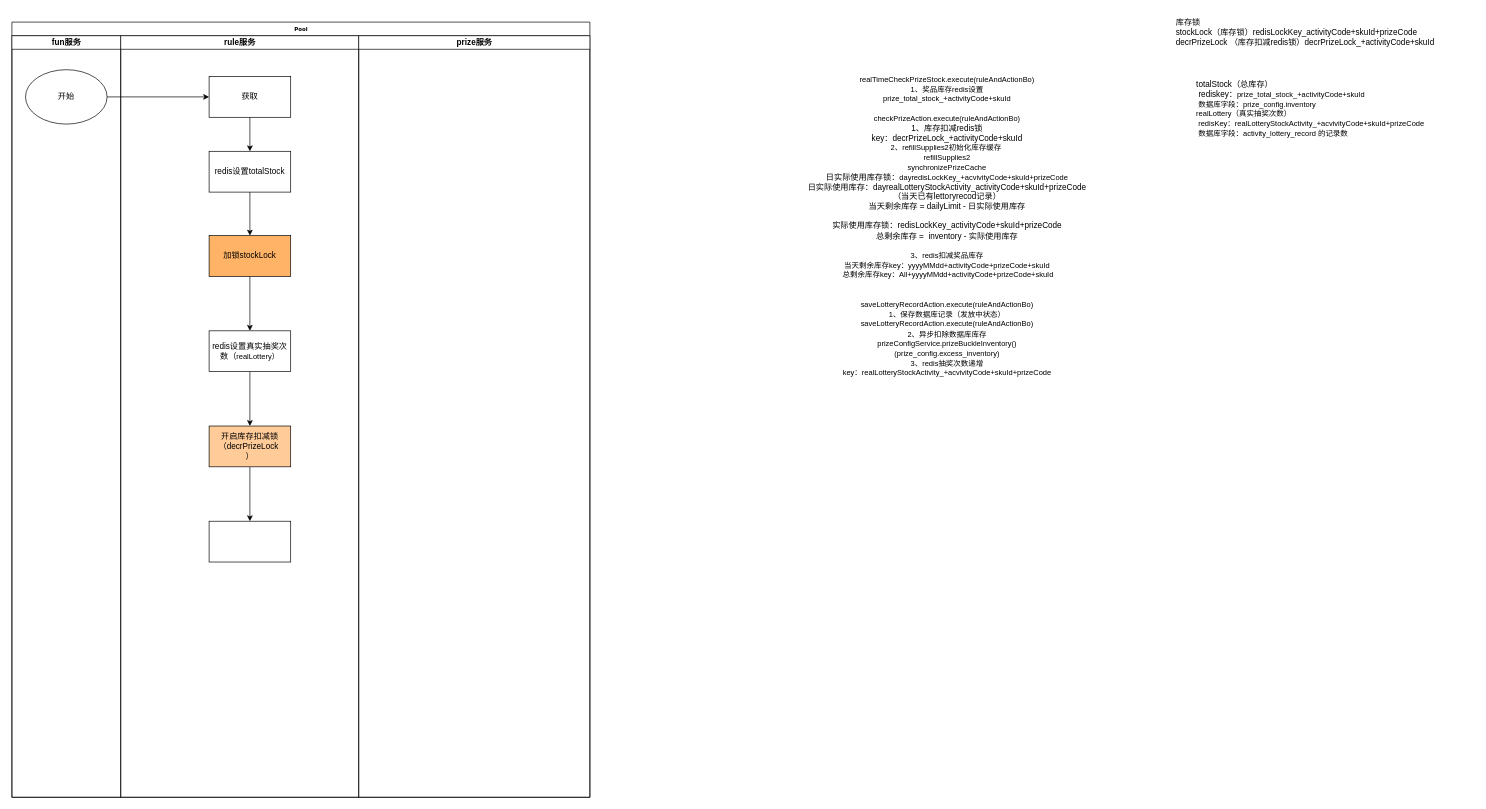
This is chat_store.drawio from MrPeachHua/draw1, a draw.io file, before an edit. Source tidied: cells renumbered, new cells numbered last; positions are measured from the earlier drawing's top-left corner, leaving out a move shared by most shapes. Both pictures are drawn from the tidied source at 68%, with x=0, y=0 at pixel (12, 15).
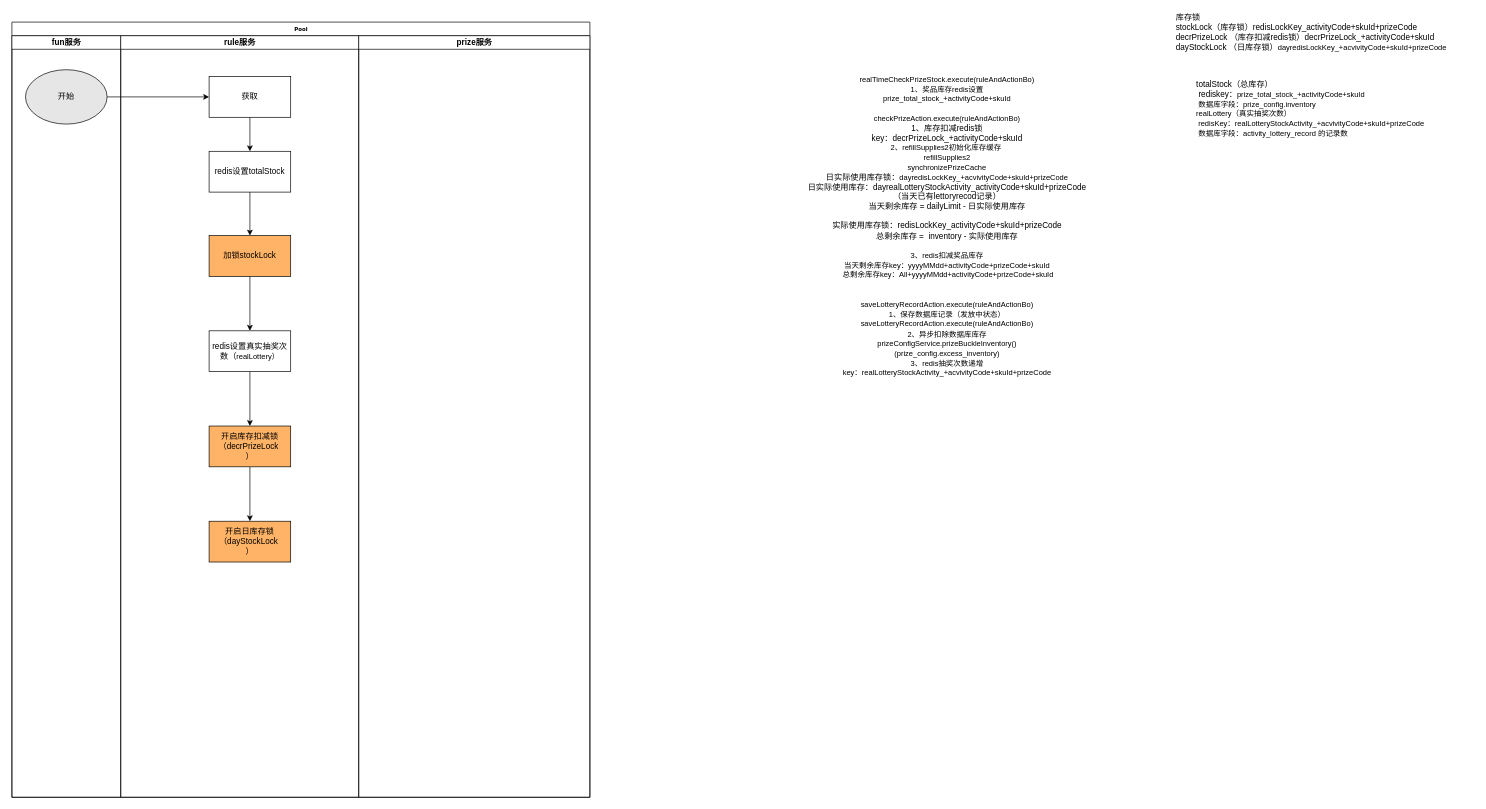
The same page after the edit.

The change refers to these unchanged cells:
```xml
<mxCell id="3" value="fun服务" style="swimlane;html=1;startSize=20;" parent="2" vertex="1">
  <mxGeometry y="20" width="160" height="1120" as="geometry" />
</mxCell>
```

Change to the diagram source:
```diff
@@
-    <mxCell id="4" value="开始" style="ellipse;whiteSpace=wrap;html=1;" parent="3" vertex="1">
+    <mxCell id="4" value="开始" style="ellipse;whiteSpace=wrap;html=1;fillColor=#E6E6E6;" parent="3" vertex="1">
       <mxGeometry x="20" y="50" width="120" height="80" as="geometry" />
     </mxCell>
@@
-    <mxCell id="13" value="&lt;span style=&quot;&quot;&gt; &lt;/span&gt;&lt;span style=&quot;&quot;&gt; &lt;/span&gt;&lt;span style=&quot;&quot;&gt; &lt;/span&gt;&lt;span style=&quot;&quot;&gt; &lt;/span&gt;&lt;span style=&quot;&quot;&gt; &lt;/span&gt;&lt;span style=&quot;&quot;&gt; &lt;/span&gt;库存锁&lt;br&gt;stockLock（库存锁）redisLockKey_activityCode+skuId+prizeCode&lt;br&gt;decrPrizeLock （库存扣减redis锁）decrPrizeLock_+activityCode+skuId" style="text;html=1;align=left;verticalAlign=middle;strokeColor=none;fillColor=none;" parent="1" vertex="1">
-      <mxGeometry x="1710" width="400" height="50" as="geometry" />
+    <mxCell id="13" value="&lt;span style=&quot;&quot;&gt; &lt;/span&gt;&lt;span style=&quot;&quot;&gt; &lt;/span&gt;&lt;span style=&quot;&quot;&gt; &lt;/span&gt;&lt;span style=&quot;&quot;&gt; &lt;/span&gt;&lt;span style=&quot;&quot;&gt; &lt;/span&gt;&lt;span style=&quot;&quot;&gt; &lt;/span&gt;库存锁&lt;br&gt;stockLock（库存锁）redisLockKey_activityCode+skuId+prizeCode&lt;br&gt;decrPrizeLock （库存扣减redis锁）decrPrizeLock_+activityCode+skuId&lt;br&gt;dayStockLock （日库存锁）&lt;span style=&quot;font-size: 11px; text-align: center;&quot;&gt;dayredisLockKey_+acvivityCode+skuId+prizeCode&lt;/span&gt;" style="text;html=1;align=left;verticalAlign=middle;strokeColor=none;fillColor=none;" parent="1" vertex="1">
+      <mxGeometry x="1710" y="-5" width="440" height="60" as="geometry" />
     </mxCell>
@@
-    <mxCell id="20" value="开启库存扣减锁（&lt;span style=&quot;text-align: left;&quot;&gt;decrPrizeLock&amp;nbsp;&lt;/span&gt;&lt;br&gt;）" style="whiteSpace=wrap;html=1;fillColor=#FFCC99;" parent="1" vertex="1">
+    <mxCell id="20" value="开启库存扣减锁（&lt;span style=&quot;text-align: left;&quot;&gt;decrPrizeLock&amp;nbsp;&lt;/span&gt;&lt;br&gt;）" style="whiteSpace=wrap;html=1;fillColor=#FFB366;" parent="1" vertex="1">
       <mxGeometry x="290" y="604" width="120" height="60" as="geometry" />
     </mxCell>
-    <mxCell id="21" style="whiteSpace=wrap;html=1;" parent="1" vertex="1">
+    <mxCell id="21" value="开启日库存锁（&lt;span style=&quot;text-align: left;&quot;&gt;dayStockLock&amp;nbsp;&lt;/span&gt;&lt;br&gt;）" style="whiteSpace=wrap;html=1;fillColor=#FFB366;" parent="1" vertex="1">
       <mxGeometry x="290" y="744" width="120" height="60" as="geometry" />
     </mxCell>
```
